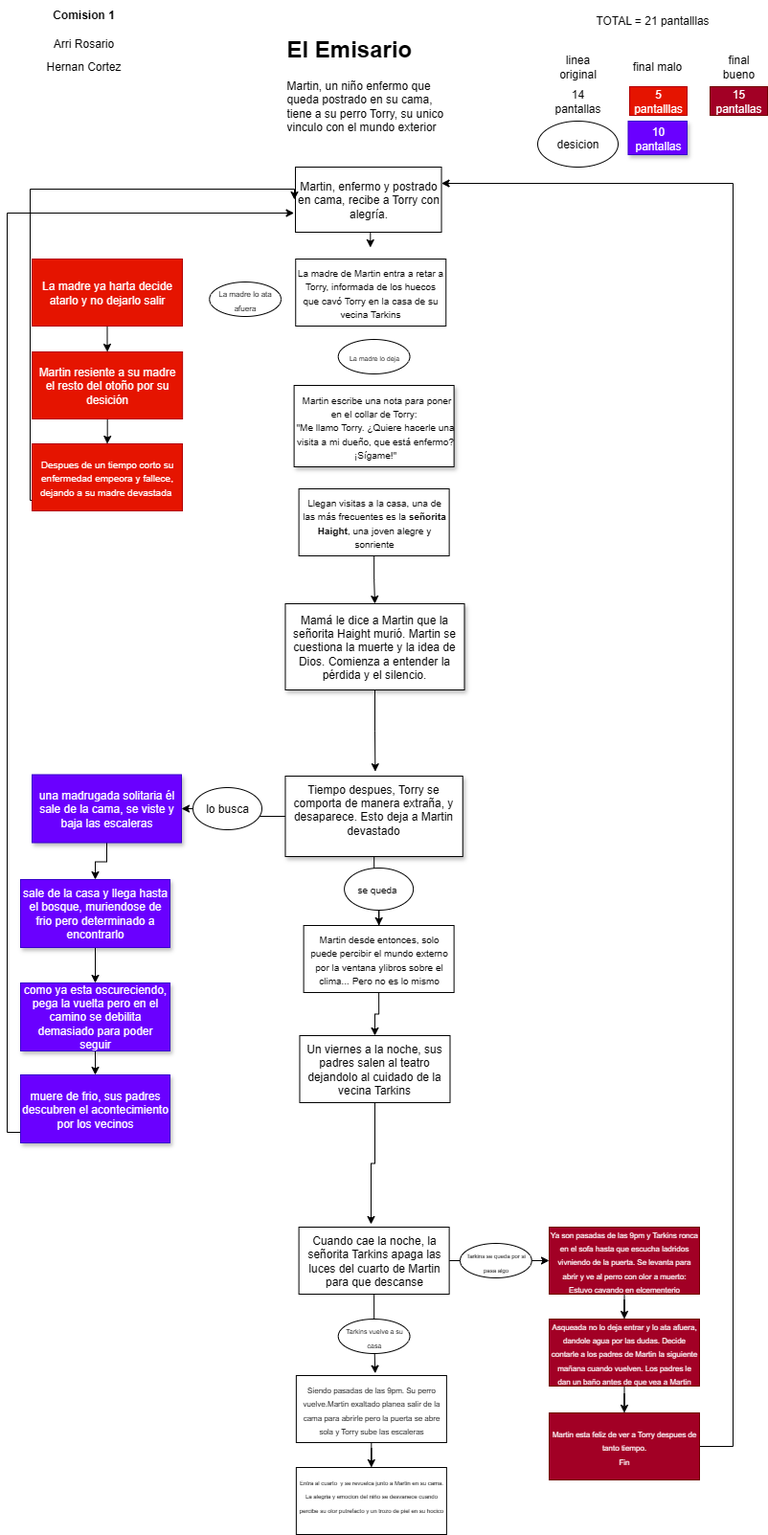
Earlier version of the draw.io export Diagrama E Emisario.drawio.png (ro276/pmiw). Source tidied: cells renumbered, new cells last; positions are measured from the earlier drawing's top-left corner, leaving out a move shared by most shapes.
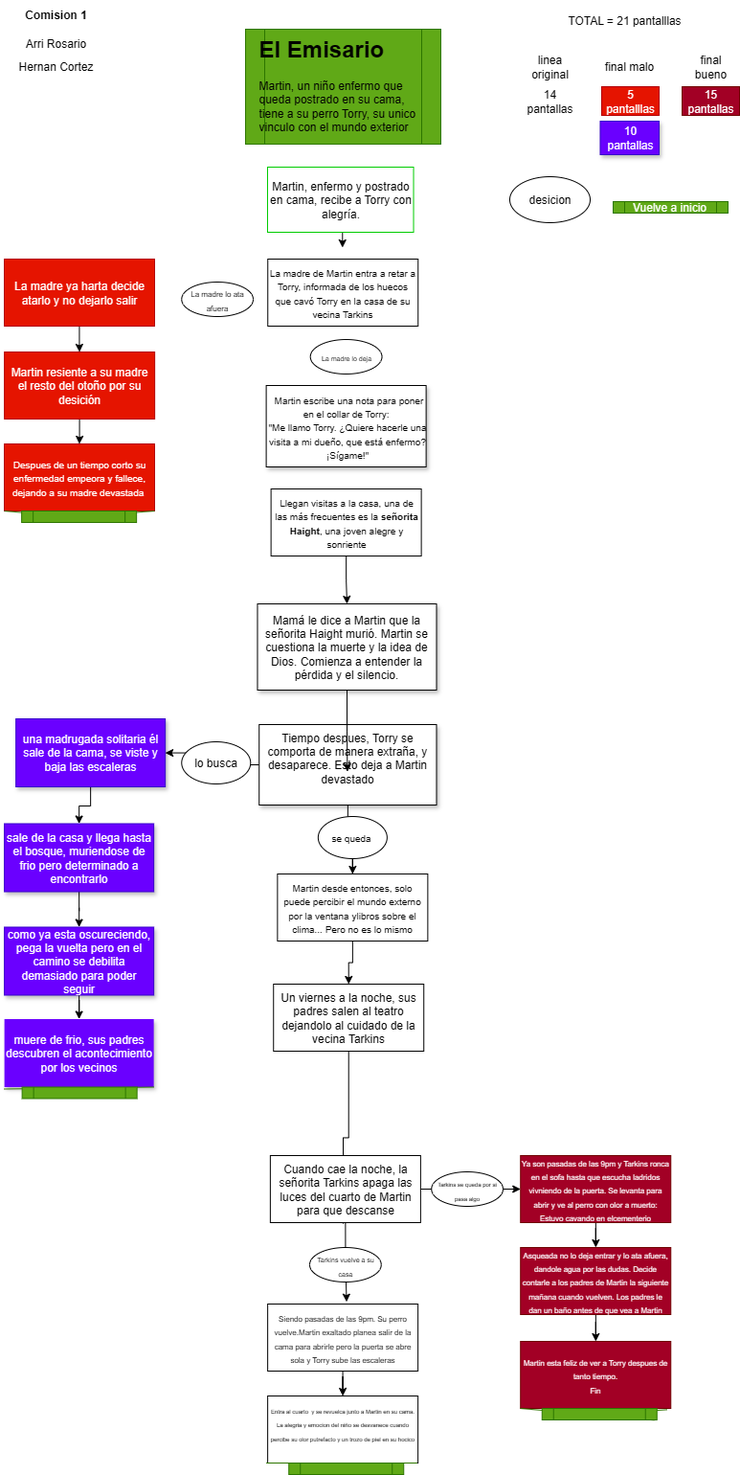
After the change.

What changed in the source:
```diff
@@ -2,12 +2,15 @@
   <root>
     <mxCell id="0" />
     <mxCell id="1" parent="0" />
+    <mxCell id="64" style="shape=process;whiteSpace=wrap;html=1;backgroundOutline=1;fillColor=#60a917;fontColor=#ffffff;strokeColor=#2D7600;" parent="1" vertex="1">
+      <mxGeometry x="278" y="30" width="204" height="120" as="geometry" />
+    </mxCell>
     <mxCell id="2" style="edgeStyle=orthogonalEdgeStyle;rounded=0;jettySize=auto;html=1;exitX=0.5;exitY=1;exitDx=0;exitDy=0;" parent="1" edge="1" source="3">
       <mxGeometry relative="1" as="geometry">
         <mxPoint x="379.3" y="258" as="targetPoint" />
       </mxGeometry>
     </mxCell>
-    <mxCell id="3" value="&lt;p class=&quot;pf0&quot;&gt;&lt;span class=&quot;cf0&quot;&gt;Martin, enfermo y postrado en cama, recibe a Torry con alegría.&lt;/span&gt;&lt;/p&gt;" style="rounded=0;whiteSpace=wrap;html=1;" parent="1" vertex="1">
+    <mxCell id="3" value="&lt;p class=&quot;pf0&quot;&gt;&lt;span class=&quot;cf0&quot;&gt;Martin, enfermo y postrado en cama, recibe a Torry con alegría.&lt;/span&gt;&lt;/p&gt;" style="rounded=0;whiteSpace=wrap;html=1;strokeColor=#00CC00;" parent="1" vertex="1">
       <mxGeometry x="301" y="174" width="152.5" height="68" as="geometry" />
     </mxCell>
     <mxCell id="4" value="&lt;span style=&quot;font-size: x-small;&quot;&gt;La madre de Martin entra a retar a Torry, informada de los huecos que cavó Torry en la casa de su vecina Tarkins&lt;/span&gt;" style="rounded=0;whiteSpace=wrap;html=1;" parent="1" vertex="1">
@@ -44,13 +47,13 @@
       <mxGeometry relative="1" as="geometry" />
     </mxCell>
     <mxCell id="15" value="Tiempo despues, Torry se comporta de manera extraña, y desaparece. Esto deja a Martin devastado&lt;div&gt;&lt;br&gt;&lt;/div&gt;" style="rounded=0;whiteSpace=wrap;html=1;shadow=1;" parent="1" vertex="1">
-      <mxGeometry x="290.5" y="810" width="185.2" height="84" as="geometry" />
+      <mxGeometry x="292.2" y="756" width="185.2" height="84" as="geometry" />
     </mxCell>
     <mxCell id="16" style="edgeStyle=orthogonalEdgeStyle;rounded=0;jettySize=auto;html=1;exitX=0.5;exitY=1;exitDx=0;exitDy=0;entryX=0.5;entryY=0;entryDx=0;entryDy=0;" parent="1" edge="1" source="17" target="19">
       <mxGeometry relative="1" as="geometry" />
     </mxCell>
     <mxCell id="17" value="&lt;font style=&quot;font-size: 10px;&quot;&gt;Martin desde entonces, solo puede percibir el mundo externo por la ventana ylibros sobre el clima... Pero no es lo mismo&lt;/font&gt;" style="rounded=0;whiteSpace=wrap;html=1;" parent="1" vertex="1">
-      <mxGeometry x="309.6" y="966" width="157" height="70" as="geometry" />
+      <mxGeometry x="311.4" y="912" width="157" height="70" as="geometry" />
     </mxCell>
     <mxCell id="18" style="edgeStyle=orthogonalEdgeStyle;rounded=0;jettySize=auto;html=1;exitX=0.5;exitY=1;exitDx=0;exitDy=0;" parent="1" edge="1" source="19">
       <mxGeometry relative="1" as="geometry">
@@ -58,7 +61,7 @@
       </mxGeometry>
     </mxCell>
     <mxCell id="19" value="Un viernes a la noche, sus padres salen al teatro dejandolo al cuidado de la vecina Tarkins" style="rounded=0;whiteSpace=wrap;html=1;" parent="1" vertex="1">
-      <mxGeometry x="305.5" y="1081" width="157" height="70" as="geometry" />
+      <mxGeometry x="307.2" y="1027" width="157" height="70" as="geometry" />
     </mxCell>
     <mxCell id="20" value="&lt;h1 style=&quot;margin-top: 0px;&quot;&gt;El Emisario&lt;/h1&gt;&lt;p&gt;Martin, un niño enfermo que queda postrado en su cama, tiene a su perro Torry, su unico vinculo con el mundo exterior&lt;/p&gt;" style="text;html=1;whiteSpace=wrap;overflow=hidden;rounded=0;" parent="1" vertex="1">
       <mxGeometry x="289.5" y="30" width="180" height="120" as="geometry" />
@@ -68,16 +71,6 @@
         <mxPoint x="384.4" y="805.2" as="targetPoint" />
       </mxGeometry>
     </mxCell>
-    <mxCell id="22" style="edgeStyle=orthogonalEdgeStyle;rounded=0;jettySize=auto;html=1;" parent="1" edge="1" source="23" target="3">
-      <mxGeometry relative="1" as="geometry">
-        <Array as="points">
-          <mxPoint x="24" y="522" />
-          <mxPoint x="24" y="197" />
-          <mxPoint x="300" y="197" />
-          <mxPoint x="300" y="208" />
-        </Array>
-      </mxGeometry>
-    </mxCell>
     <mxCell id="23" value="&lt;font style=&quot;font-size: 10px; color: rgb(255, 255, 255);&quot;&gt;Despues de un tiempo corto su enfermedad empeora y fallece, dejando a su madre devastada&amp;nbsp;&lt;/font&gt;" style="rounded=0;whiteSpace=wrap;html=1;fillColor=#e51400;strokeColor=#B20000;fontColor=#ffffff;" parent="1" vertex="1">
       <mxGeometry x="26" y="463" width="157" height="70" as="geometry" />
     </mxCell>
@@ -85,22 +78,22 @@
       <mxGeometry relative="1" as="geometry" />
     </mxCell>
     <mxCell id="25" value="Cuando cae la noche, la señorita Tarkins apaga las luces del cuarto de Martin para que descanse" style="rounded=0;whiteSpace=wrap;html=1;" parent="1" vertex="1">
-      <mxGeometry x="304.6" y="1281" width="157" height="70" as="geometry" />
+      <mxGeometry x="303.9" y="1206" width="157" height="70" as="geometry" />
     </mxCell>
     <mxCell id="26" style="edgeStyle=orthogonalEdgeStyle;rounded=0;jettySize=auto;html=1;" parent="1" edge="1" source="27" target="30">
       <mxGeometry relative="1" as="geometry" />
     </mxCell>
     <mxCell id="27" value="&lt;span style=&quot;font-size: 8px;&quot;&gt;Siendo pasadas de las 9pm. Su perro vuelve.&lt;/span&gt;&lt;span style=&quot;background-color: transparent; color: light-dark(rgb(0, 0, 0), rgb(255, 255, 255)); font-size: 8px;&quot;&gt;Martin exaltado planea salir de la cama para abrirle pero la puerta se abre sola y&amp;nbsp;&lt;/span&gt;&lt;span style=&quot;background-color: transparent; color: light-dark(rgb(0, 0, 0), rgb(255, 255, 255)); font-size: 8px;&quot;&gt;Torry sube las escaleras&lt;/span&gt;" style="rounded=0;whiteSpace=wrap;html=1;" parent="1" vertex="1">
-      <mxGeometry x="301.9" y="1436" width="157" height="70" as="geometry" />
+      <mxGeometry x="301.1" y="1361" width="157" height="70" as="geometry" />
     </mxCell>
     <mxCell id="28" style="edgeStyle=orthogonalEdgeStyle;rounded=0;jettySize=auto;html=1;" parent="1" edge="1" source="29" target="35">
       <mxGeometry relative="1" as="geometry" />
     </mxCell>
     <mxCell id="29" value="&lt;span style=&quot;font-size: 8px;&quot;&gt;Ya son pasadas de las 9pm y Tarkins ronca en el sofa hasta que escucha ladridos vivniendo de la puerta. Se levanta para abrir y ve al perro con olor a muerto: Estuvo cavando en elcementerio&lt;/span&gt;" style="rounded=0;whiteSpace=wrap;html=1;fillColor=#a20025;strokeColor=#6F0000;fontColor=#ffffff;" parent="1" vertex="1">
-      <mxGeometry x="566" y="1281" width="157" height="70" as="geometry" />
+      <mxGeometry x="565.2" y="1206" width="157" height="70" as="geometry" />
     </mxCell>
     <mxCell id="30" value="&lt;font style=&quot;font-size: 6px;&quot;&gt;Entra al cuarto&amp;nbsp; y se revuelca junto a Martin en su cama. La alegria y emocion del niño se desvanece cuando percibe su olor putrefacto y un trozo de piel en su hocico&lt;/font&gt;&lt;div&gt;&lt;br&gt;&lt;/div&gt;" style="rounded=0;whiteSpace=wrap;html=1;" parent="1" vertex="1">
-      <mxGeometry x="301.9" y="1532" width="157" height="70" as="geometry" />
+      <mxGeometry x="301.1" y="1457" width="157" height="70" as="geometry" />
     </mxCell>
     <mxCell id="31" value="14 pantallas" style="text;html=1;align=center;verticalAlign=middle;whiteSpace=wrap;rounded=0;" parent="1" vertex="1">
       <mxGeometry x="566" y="90" width="60" height="30" as="geometry" />
@@ -115,18 +108,10 @@
       <mxGeometry relative="1" as="geometry" />
     </mxCell>
     <mxCell id="35" value="&lt;span style=&quot;font-size: 8px;&quot;&gt;Asqueada no lo deja entrar y lo ata afuera, dandole agua por las dudas. Decide contarle a los padres de Martin la siguiente mañana cuando vuelven. Los padres le dan un baño antes de que vea a Martin&lt;/span&gt;" style="rounded=0;whiteSpace=wrap;html=1;fillColor=#a20025;strokeColor=#6F0000;fontColor=#ffffff;" parent="1" vertex="1">
-      <mxGeometry x="566" y="1377" width="157" height="70" as="geometry" />
+      <mxGeometry x="565.2" y="1302" width="157" height="70" as="geometry" />
     </mxCell>
-    <mxCell id="36" style="edgeStyle=orthogonalEdgeStyle;rounded=0;jettySize=auto;html=1;entryX=1;entryY=0.25;entryDx=0;entryDy=0;" parent="1" edge="1" source="37" target="3">
-      <mxGeometry relative="1" as="geometry">
-        <Array as="points">
-          <mxPoint x="758" y="1510" />
-          <mxPoint x="758" y="191" />
-        </Array>
-      </mxGeometry>
-    </mxCell>
     <mxCell id="37" value="&lt;span style=&quot;font-size: 8px;&quot;&gt;Martin esta feliz de ver a Torry despues de tanto tiempo.&lt;/span&gt;&lt;div&gt;&lt;span style=&quot;font-size: 8px;&quot;&gt;Fin&lt;/span&gt;&lt;/div&gt;" style="rounded=0;whiteSpace=wrap;html=1;fillColor=#a20025;strokeColor=#6F0000;fontColor=#ffffff;" parent="1" vertex="1">
-      <mxGeometry x="566" y="1475" width="157" height="70" as="geometry" />
+      <mxGeometry x="565.2" y="1400" width="157" height="70" as="geometry" />
     </mxCell>
     <mxCell id="38" value="linea original" style="text;html=1;align=center;verticalAlign=middle;whiteSpace=wrap;rounded=0;" parent="1" vertex="1">
       <mxGeometry x="566" y="54" width="60" height="30" as="geometry" />
@@ -144,60 +129,51 @@
       <mxGeometry x="211.3" y="294" width="74.7" height="36" as="geometry" />
     </mxCell>
     <mxCell id="43" value="&lt;font style=&quot;font-size: 6px;&quot;&gt;Tarkins se queda por si pasa algo&lt;/font&gt;" style="ellipse;whiteSpace=wrap;html=1;" parent="1" vertex="1">
-      <mxGeometry x="473" y="1298" width="74.7" height="36" as="geometry" />
+      <mxGeometry x="472.2" y="1223" width="74.7" height="36" as="geometry" />
     </mxCell>
     <mxCell id="44" style="edgeStyle=orthogonalEdgeStyle;rounded=0;jettySize=auto;html=1;" parent="1" edge="1" target="46">
       <mxGeometry relative="1" as="geometry">
-        <mxPoint x="380.4" y="1386" as="sourcePoint" />
+        <mxPoint x="379.6" y="1311" as="sourcePoint" />
       </mxGeometry>
     </mxCell>
     <mxCell id="45" style="edgeStyle=orthogonalEdgeStyle;rounded=0;jettySize=auto;html=1;exitX=0.5;exitY=1;exitDx=0;exitDy=0;entryX=0.525;entryY=-0.033;entryDx=0;entryDy=0;entryPerimeter=0;" parent="1" edge="1" source="25" target="27">
       <mxGeometry relative="1" as="geometry" />
     </mxCell>
     <mxCell id="46" value="&lt;font style=&quot;font-size: 7px;&quot;&gt;Tarkins vuelve a su casa&lt;/font&gt;" style="ellipse;whiteSpace=wrap;html=1;" parent="1" vertex="1">
-      <mxGeometry x="345.8" y="1377" width="74.7" height="36" as="geometry" />
+      <mxGeometry x="345" y="1302" width="74.7" height="36" as="geometry" />
     </mxCell>
     <mxCell id="47" value="desicion" style="ellipse;whiteSpace=wrap;html=1;" parent="1" vertex="1">
-      <mxGeometry x="554" y="126" width="84" height="48" as="geometry" />
+      <mxGeometry x="554" y="184" width="84" height="48" as="geometry" />
     </mxCell>
     <mxCell id="48" value="lo busca" style="ellipse;whiteSpace=wrap;html=1;" parent="1" vertex="1">
-      <mxGeometry x="194" y="822" width="72" height="44" as="geometry" />
+      <mxGeometry x="211.3" y="774" width="72" height="44" as="geometry" />
     </mxCell>
     <mxCell id="49" style="edgeStyle=orthogonalEdgeStyle;rounded=0;jettySize=auto;html=1;" parent="1" edge="1" source="15" target="50">
       <mxGeometry relative="1" as="geometry" />
     </mxCell>
     <mxCell id="50" value="&lt;font size=&quot;1&quot;&gt;se queda&amp;nbsp;&lt;/font&gt;" style="ellipse;whiteSpace=wrap;html=1;" parent="1" vertex="1">
-      <mxGeometry x="352.1" y="906" width="72" height="44" as="geometry" />
+      <mxGeometry x="353.9" y="852" width="72" height="44" as="geometry" />
     </mxCell>
     <mxCell id="51" style="edgeStyle=orthogonalEdgeStyle;rounded=0;jettySize=auto;html=1;" parent="1" edge="1" source="52" target="56">
       <mxGeometry relative="1" as="geometry" />
     </mxCell>
     <mxCell id="52" value="&lt;div&gt;sale de la casa y llega hasta el bosque, muriendose de frio pero determinado a encontrarlo&lt;/div&gt;" style="rounded=0;whiteSpace=wrap;html=1;shadow=1;fillColor=#6a00ff;fontColor=#ffffff;strokeColor=#3700CC;" parent="1" vertex="1">
-      <mxGeometry x="14" y="918" width="156" height="71" as="geometry" />
+      <mxGeometry x="26.1" y="859.5" width="156" height="71" as="geometry" />
     </mxCell>
     <mxCell id="53" style="edgeStyle=orthogonalEdgeStyle;rounded=0;jettySize=auto;html=1;" parent="1" edge="1" source="54" target="52">
       <mxGeometry relative="1" as="geometry" />
     </mxCell>
     <mxCell id="54" value="&lt;div&gt;una madrugada solitaria él sale de la cama, se viste y baja las escaleras&lt;/div&gt;" style="rounded=0;whiteSpace=wrap;html=1;shadow=1;fillColor=#6a00ff;fontColor=#ffffff;strokeColor=#3700CC;" parent="1" vertex="1">
-      <mxGeometry x="26" y="808.5" width="156" height="71" as="geometry" />
+      <mxGeometry x="38.1" y="750" width="156" height="71" as="geometry" />
     </mxCell>
     <mxCell id="55" style="edgeStyle=orthogonalEdgeStyle;rounded=0;jettySize=auto;html=1;" parent="1" edge="1" source="56" target="58">
       <mxGeometry relative="1" as="geometry" />
     </mxCell>
     <mxCell id="56" value="como ya esta oscureciendo, pega la vuelta pero en el camino se debilita demasiado para poder seguir" style="rounded=0;whiteSpace=wrap;html=1;shadow=1;fillColor=#6a00ff;fontColor=#ffffff;strokeColor=#3700CC;" parent="1" vertex="1">
-      <mxGeometry x="14" y="1026" width="156" height="71" as="geometry" />
+      <mxGeometry x="26.1" y="967.5" width="156" height="71" as="geometry" />
     </mxCell>
-    <mxCell id="57" style="edgeStyle=orthogonalEdgeStyle;rounded=0;jettySize=auto;html=1;entryX=0;entryY=0.75;entryDx=0;entryDy=0;" parent="1" edge="1" source="58">
-      <mxGeometry relative="1" as="geometry">
-        <mxPoint x="299.6" y="222" as="targetPoint" />
-        <Array as="points">
-          <mxPoint y="1182" />
-          <mxPoint y="222" />
-        </Array>
-      </mxGeometry>
-    </mxCell>
-    <mxCell id="58" value="muere de frio, sus padres descubren el acontecimiento por los vecinos" style="rounded=0;whiteSpace=wrap;html=1;shadow=1;fillColor=#6a00ff;fontColor=#ffffff;strokeColor=#3700CC;" parent="1" vertex="1">
-      <mxGeometry x="14" y="1122" width="156" height="71" as="geometry" />
+    <mxCell id="58" value="muere de frio, sus padres descubren el acontecimiento por los vecinos" style="rounded=0;whiteSpace=wrap;html=1;shadow=1;fillColor=#6a00ff;fontColor=#ffffff;strokeColor=none;" parent="1" vertex="1">
+      <mxGeometry x="26.1" y="1063.5" width="156" height="71" as="geometry" />
     </mxCell>
     <mxCell id="59" value="10&lt;div&gt;pantallas&lt;/div&gt;" style="rounded=0;whiteSpace=wrap;html=1;shadow=1;fillColor=#6a00ff;fontColor=#ffffff;strokeColor=#3700CC;" parent="1" vertex="1">
       <mxGeometry x="648.5" y="126" width="61.5" height="35" as="geometry" />
@@ -214,5 +190,47 @@
     <mxCell id="63" value="&lt;div&gt;TOTAL = 21 pantalllas&lt;/div&gt;" style="text;html=1;align=center;verticalAlign=middle;whiteSpace=wrap;rounded=0;" parent="1" vertex="1">
       <mxGeometry x="566" y="6" width="216" height="30" as="geometry" />
     </mxCell>
+    <mxCell id="65" style="endArrow=none;html=1;rounded=0;fillColor=#60a917;strokeColor=#2D7600;entryX=0.975;entryY=1.019;entryDx=0;entryDy=0;entryPerimeter=0;" parent="1" edge="1" source="74" target="37">
+      <mxGeometry relative="1" as="geometry" />
+    </mxCell>
+    <mxCell id="66" style="endArrow=none;html=1;rounded=0;fillColor=#60a917;strokeColor=#2D7600;entryX=1;entryY=1;entryDx=0;entryDy=0;" parent="1" edge="1" target="58">
+      <mxGeometry relative="1" as="geometry">
+        <mxPoint x="26" y="1136.5" as="sourcePoint" />
+      </mxGeometry>
+    </mxCell>
+    <mxCell id="67" style="endArrow=none;html=1;rounded=0;entryX=1;entryY=1;entryDx=0;entryDy=0;fillColor=#60a917;strokeColor=#2D7600;" parent="1" edge="1">
+      <mxGeometry relative="1" as="geometry">
+        <mxPoint x="299.6" y="1527" as="sourcePoint" />
+        <mxPoint x="457.5" y="1527" as="targetPoint" />
+      </mxGeometry>
+    </mxCell>
+    <mxCell id="68" style="endArrow=none;html=1;rounded=0;fillColor=#60a917;strokeColor=#2D7600;entryX=1;entryY=1;entryDx=0;entryDy=0;" parent="1" edge="1" source="71" target="23">
+      <mxGeometry relative="1" as="geometry" />
+    </mxCell>
+    <mxCell id="69" style="shape=process;whiteSpace=wrap;html=1;backgroundOutline=1;fillColor=#60a917;fontColor=#ffffff;strokeColor=#2D7600;" parent="1" vertex="1">
+      <mxGeometry x="44.6" y="1134.5" width="120" height="12" as="geometry" />
+    </mxCell>
+    <mxCell id="70" style="endArrow=none;html=1;rounded=0;fillColor=#60a917;strokeColor=#2D7600;entryX=1;entryY=1;entryDx=0;entryDy=0;" parent="1" edge="1" target="71">
+      <mxGeometry relative="1" as="geometry">
+        <mxPoint x="26" y="533" as="sourcePoint" />
+      </mxGeometry>
+    </mxCell>
+    <mxCell id="71" style="shape=process;whiteSpace=wrap;html=1;backgroundOutline=1;fillColor=#60a917;fontColor=#ffffff;strokeColor=#2D7600;" parent="1" vertex="1">
+      <mxGeometry x="44.1" y="533" width="120" height="12" as="geometry" />
+    </mxCell>
+    <mxCell id="72" value="Vuelve a inicio" style="shape=process;whiteSpace=wrap;html=1;backgroundOutline=1;fillColor=#60a917;fontColor=#ffffff;strokeColor=#2D7600;" parent="1" vertex="1">
+      <mxGeometry x="662" y="210" width="120" height="12" as="geometry" />
+    </mxCell>
+    <mxCell id="73" style="endArrow=none;html=1;rounded=0;fillColor=#60a917;strokeColor=#2D7600;entryX=0.975;entryY=1.019;entryDx=0;entryDy=0;entryPerimeter=0;" parent="1" edge="1" target="74">
+      <mxGeometry relative="1" as="geometry">
+        <mxPoint x="565.2" y="1470" as="sourcePoint" />
+      </mxGeometry>
+    </mxCell>
+    <mxCell id="74" style="shape=process;whiteSpace=wrap;html=1;backgroundOutline=1;fillColor=#60a917;fontColor=#ffffff;strokeColor=#2D7600;" parent="1" vertex="1">
+      <mxGeometry x="587.8" y="1470" width="120" height="12" as="geometry" />
+    </mxCell>
+    <mxCell id="75" style="shape=process;whiteSpace=wrap;html=1;backgroundOutline=1;fillColor=#60a917;fontColor=#ffffff;strokeColor=#2D7600;" parent="1" vertex="1">
+      <mxGeometry x="323.2" y="1527" width="120" height="12" as="geometry" />
+    </mxCell>
   </root>
 </mxGraphModel>
```
